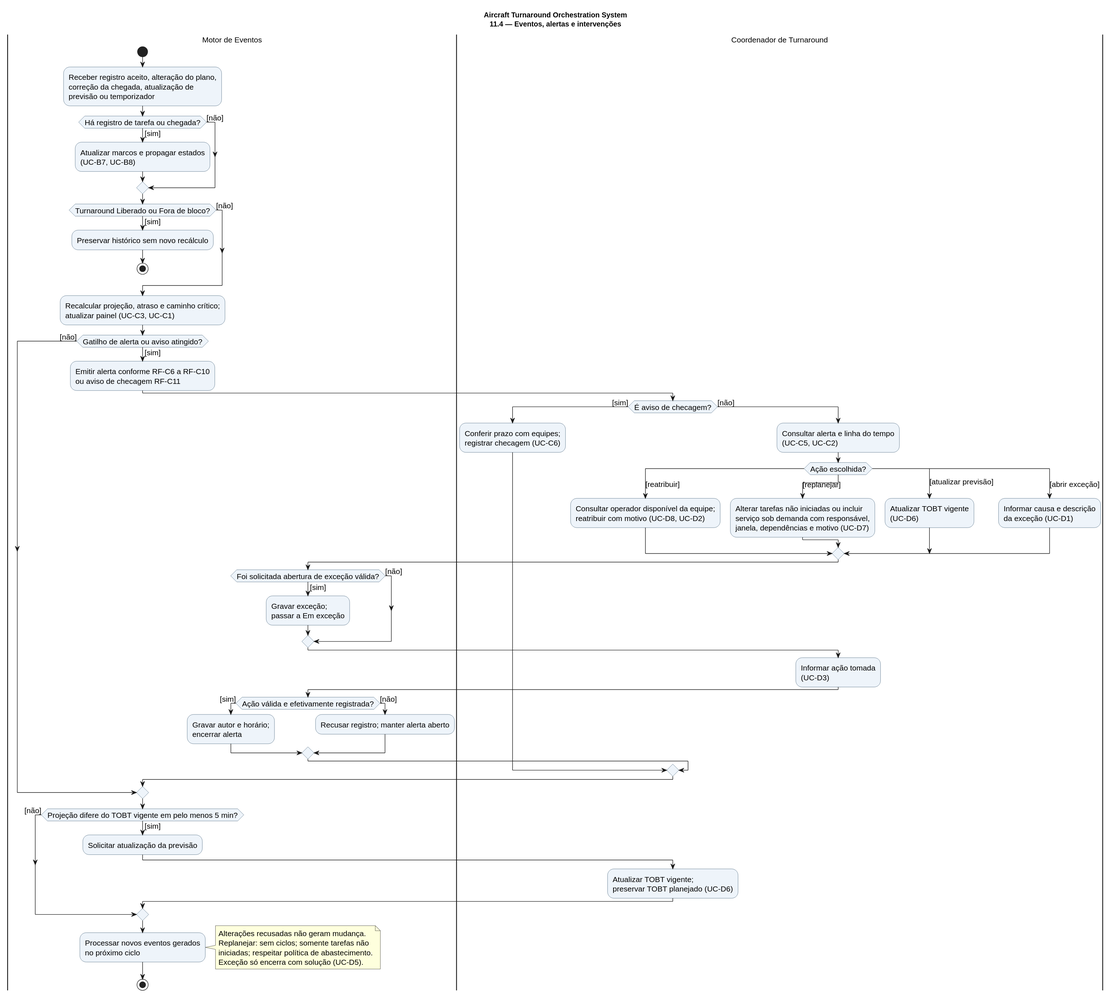
Above: especificacao/diagramas/11-monitoramento.svg in Aircraft-Turnaround-Operations-Manager/aircraft-turnaround-docs (PlantUML), before the change.
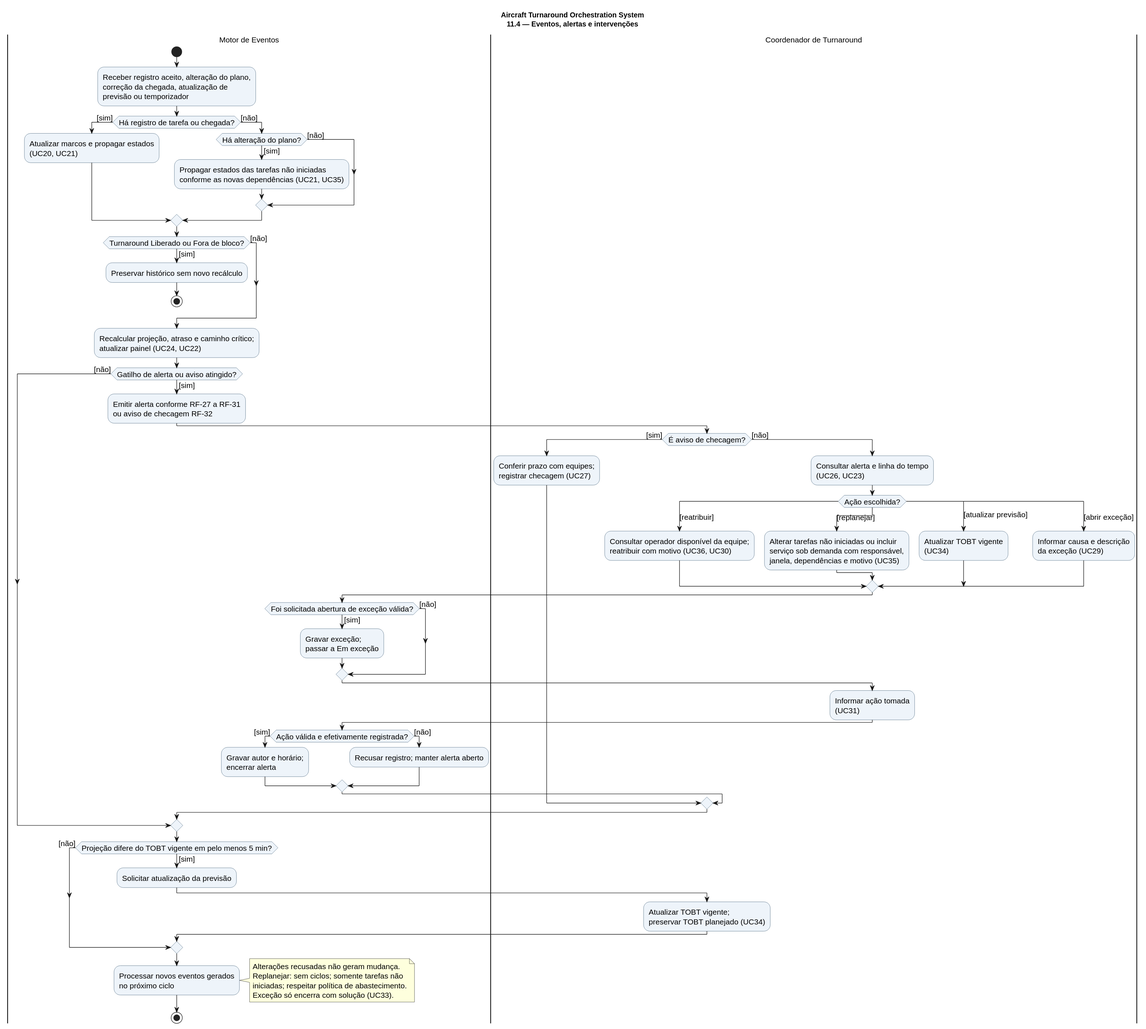
The same file after the commit.

What changed in the source:
```diff
@@ -11,31 +11,35 @@
 start
 :Receber registro aceito, alteração do plano,\ncorreção da chegada, atualização de\nprevisão ou temporizador;
 if (Há registro de tarefa ou chegada?) then ([sim])
-  :Atualizar marcos e propagar estados\n(UC-B7, UC-B8);
+  :Atualizar marcos e propagar estados\n(UC20, UC21);
 else ([não])
+  if (Há alteração do plano?) then ([sim])
+    :Propagar estados das tarefas não iniciadas\nconforme as novas dependências (UC21, UC35);
+  else ([não])
+  endif
 endif
 if (Turnaround Liberado ou Fora de bloco?) then ([sim])
   :Preservar histórico sem novo recálculo;
   stop
 else ([não])
 endif
-:Recalcular projeção, atraso e caminho crítico;\natualizar painel (UC-C3, UC-C1);
+:Recalcular projeção, atraso e caminho crítico;\natualizar painel (UC24, UC22);
 if (Gatilho de alerta ou aviso atingido?) then ([sim])
-  :Emitir alerta conforme RF-C6 a RF-C10\nou aviso de checagem RF-C11;
+  :Emitir alerta conforme RF-27 a RF-31\nou aviso de checagem RF-32;
   |Coordenador de Turnaround|
   if (É aviso de checagem?) then ([sim])
-    :Conferir prazo com equipes;\nregistrar checagem (UC-C6);
+    :Conferir prazo com equipes;\nregistrar checagem (UC27);
   else ([não])
-    :Consultar alerta e linha do tempo\n(UC-C5, UC-C2);
+    :Consultar alerta e linha do tempo\n(UC26, UC23);
     switch (Ação escolhida?)
     case ([reatribuir])
-      :Consultar operador disponível da equipe;\nreatribuir com motivo (UC-D8, UC-D2);
+      :Consultar operador disponível da equipe;\nreatribuir com motivo (UC36, UC30);
     case ([replanejar])
-      :Alterar tarefas não iniciadas ou incluir\nserviço sob demanda com responsável,\njanela, dependências e motivo (UC-D7);
+      :Alterar tarefas não iniciadas ou incluir\nserviço sob demanda com responsável,\njanela, dependências e motivo (UC35);
     case ([atualizar previsão])
-      :Atualizar TOBT vigente\n(UC-D6);
+      :Atualizar TOBT vigente\n(UC34);
     case ([abrir exceção])
-      :Informar causa e descrição\nda exceção (UC-D1);
+      :Informar causa e descrição\nda exceção (UC29);
     endswitch
     |Motor de Eventos|
     if (Foi solicitada abertura de exceção válida?) then ([sim])
@@ -43,7 +47,7 @@
     else ([não])
     endif
     |Coordenador de Turnaround|
-    :Informar ação tomada\n(UC-D3);
+    :Informar ação tomada\n(UC31);
     |Motor de Eventos|
     if (Ação válida e efetivamente registrada?) then ([sim])
       :Gravar autor e horário;\nencerrar alerta;
@@ -57,7 +61,7 @@
 if (Projeção difere do TOBT vigente em pelo menos 5 min?) then ([sim])
   :Solicitar atualização da previsão;
   |Coordenador de Turnaround|
-  :Atualizar TOBT vigente;\npreservar TOBT planejado (UC-D6);
+  :Atualizar TOBT vigente;\npreservar TOBT planejado (UC34);
 else ([não])
 endif
 |Motor de Eventos|
@@ -66,7 +70,7 @@
   Alterações recusadas não geram mudança.
   Replanejar: sem ciclos; somente tarefas não
   iniciadas; respeitar política de abastecimento.
-  Exceção só encerra com solução (UC-D5).
+  Exceção só encerra com solução (UC33).
 end note
 stop
 @enduml
```
